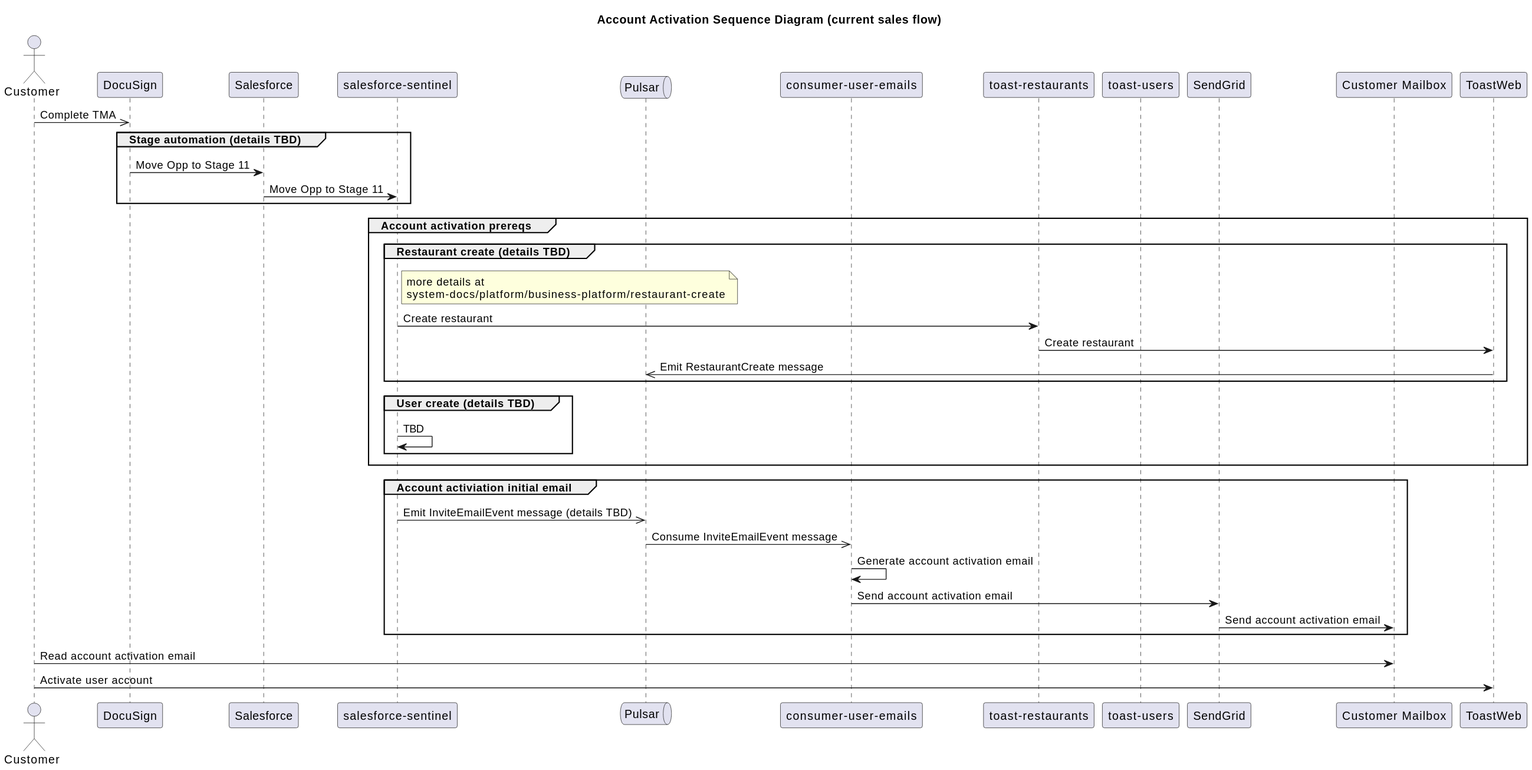
The PlantUML diagram account-activation/sales-curr.svg in pjperger-toast/miscellany, before a commit. The source it was exported from:
```plantuml
@startuml
!pragma teoz true
!pragma teoz true

title Account Activation Sequence Diagram (current sales flow)

actor "Customer" as cx
participant "DocuSign" as ds
participant "Salesforce" as sf
participant "salesforce-sentinel" as sfs
queue Pulsar as ps
participant "consumer-user-emails" as cue
participant "toast-restaurants" as rx
participant "toast-users" as users
participant "SendGrid" as sg
participant "Customer Mailbox" as cxmbox
participant "ToastWeb" as tw

cx ->> ds: Complete TMA

group Stage automation (details TBD)
	ds -> sf: Move Opp to Stage 11
	sf -> sfs: Move Opp to Stage 11
end group

group Account activation prereqs

	group Restaurant create (details TBD)
		note right sfs
			more details at
			system-docs/platform/business-platform/restaurant-create
		end note
		sfs -> rx: Create restaurant
		rx -> tw: Create restaurant
		tw ->> ps: Emit RestaurantCreate message
	end group

	group User create (details TBD)
		sfs -> sfs: TBD
	end group

end group

group Account activiation initial email
	sfs ->> ps: Emit InviteEmailEvent message (details TBD)
	ps ->> cue: Consume InviteEmailEvent message
	cue -> cue: Generate account activation email
	cue -> sg: Send account activation email
	sg -> cxmbox: Send account activation email
end group

cx -> cxmbox: Read account activation email
cx -> tw: Activate user account
@enduml
```
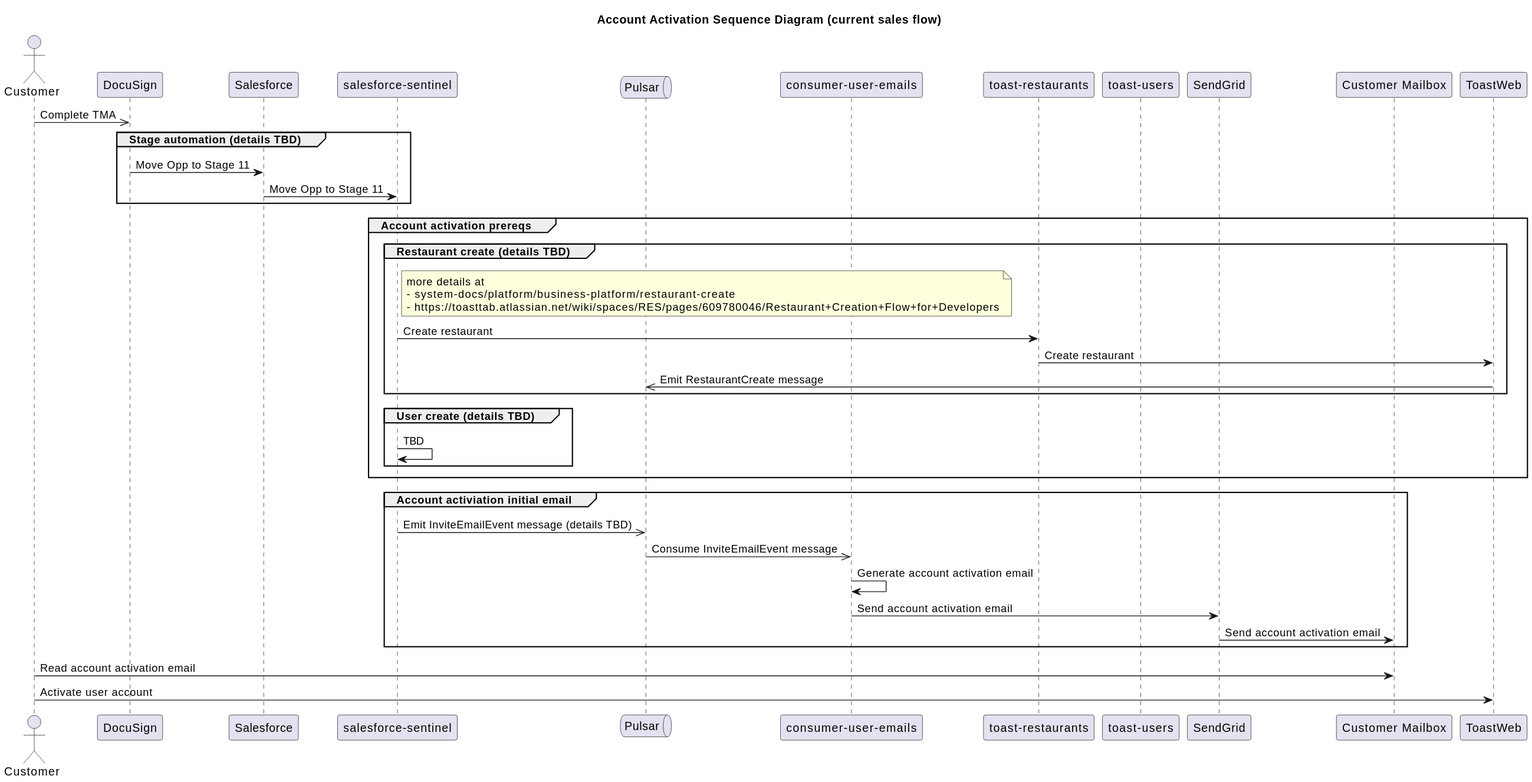
Later version of the same file.

What changed in the source:
```diff
@@ -28,7 +28,8 @@
 	group Restaurant create (details TBD)
 		note right sfs
 			more details at
-			system-docs/platform/business-platform/restaurant-create
+			- system-docs/platform/business-platform/restaurant-create
+			- https://toasttab.atlassian.net/wiki/spaces/RES/pages/609780046/Restaurant+Creation+Flow+for+Developers
 		end note
 		sfs -> rx: Create restaurant
 		rx -> tw: Create restaurant
```
